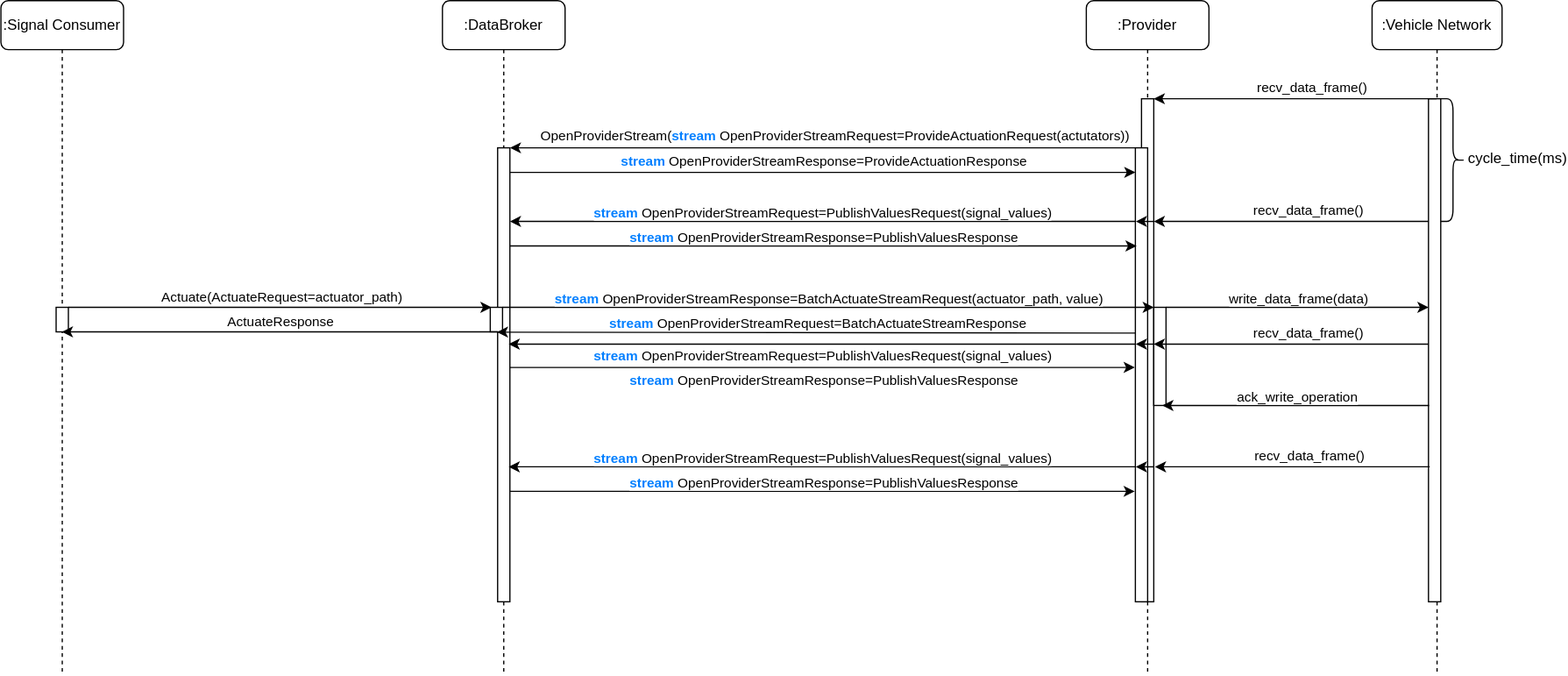
Earlier version of the draw.io export doc/diagrams/consumer_actuate.svg (eclipse-kuksa/kuksa-databroker). Source tidied: cells renumbered, new cells last; positions are measured from the earlier drawing's top-left corner, leaving out a move shared by most shapes.
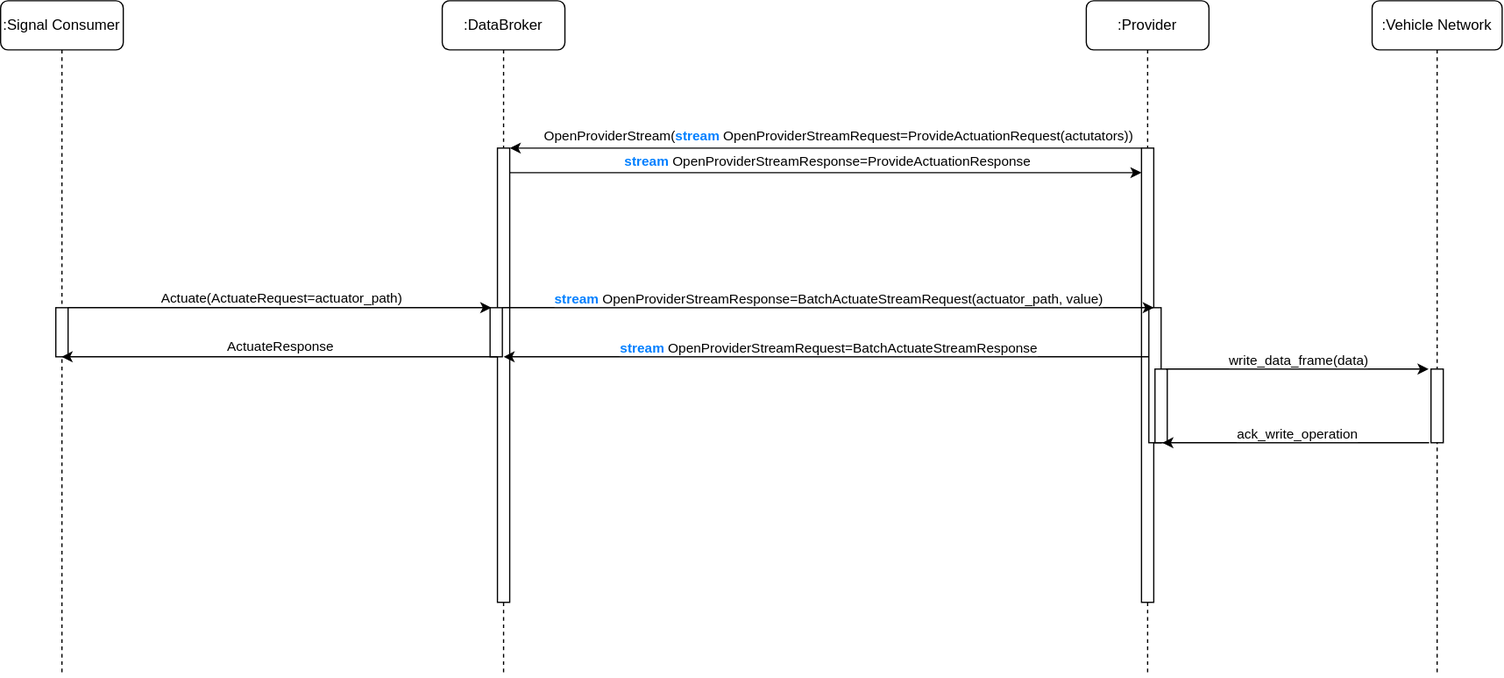
Later version of the same file.

Diff of the diagram source:
```diff
@@ -9,36 +9,36 @@
       <mxGeometry x="45" y="120" width="10" height="370" as="geometry" />
     </mxCell>
     <mxCell id="4" style="html=1;points=[[0,0,0,0,5],[0,1,0,0,-5],[1,0,0,0,5],[1,1,0,0,-5]];perimeter=orthogonalPerimeter;outlineConnect=0;targetShapes=umlLifeline;portConstraint=eastwest;newEdgeStyle={&quot;curved&quot;:0,&quot;rounded&quot;:0};" parent="2" vertex="1">
-      <mxGeometry x="39" y="250" width="10" height="20" as="geometry" />
+      <mxGeometry x="39" y="250" width="10" height="40" as="geometry" />
     </mxCell>
     <mxCell id="5" value=":Signal Consumer" style="shape=umlLifeline;perimeter=lifelinePerimeter;whiteSpace=wrap;html=1;rounded=1;" parent="1" vertex="1">
       <mxGeometry width="100" height="550" as="geometry" />
     </mxCell>
     <mxCell id="6" style="html=1;perimeter=orthogonalPerimeter;targetShapes=umlLifeline;newEdgeStyle={&quot;curved&quot;:0,&quot;rounded&quot;:0};" parent="5" vertex="1">
-      <mxGeometry x="45" y="250" width="10" height="20" as="geometry" />
+      <mxGeometry x="45" y="250" width="10" height="40" as="geometry" />
     </mxCell>
     <mxCell id="7" value=":Provider" style="shape=umlLifeline;perimeter=lifelinePerimeter;whiteSpace=wrap;html=1;rounded=1;" parent="1" vertex="1">
       <mxGeometry x="885" width="100" height="550" as="geometry" />
     </mxCell>
-    <mxCell id="8" style="html=1;perimeter=orthogonalPerimeter;targetShapes=umlLifeline;newEdgeStyle={&quot;curved&quot;:0,&quot;rounded&quot;:0};" parent="7" vertex="1">
-      <mxGeometry x="45" y="80" width="10" height="410" as="geometry" />
-    </mxCell>
     <mxCell id="9" style="html=1;points=[[0,0,0,0,5],[0,1,0,0,-5],[1,0,0,0,5],[1,1,0,0,-5]];perimeter=orthogonalPerimeter;outlineConnect=0;targetShapes=umlLifeline;portConstraint=eastwest;newEdgeStyle={&quot;curved&quot;:0,&quot;rounded&quot;:0};" parent="7" vertex="1">
-      <mxGeometry x="40" y="120" width="10" height="370" as="geometry" />
+      <mxGeometry x="45" y="120" width="10" height="370" as="geometry" />
     </mxCell>
     <mxCell id="10" style="html=1;points=[[0,0,0,0,5],[0,1,0,0,-5],[1,0,0,0,5],[1,1,0,0,-5]];perimeter=orthogonalPerimeter;outlineConnect=0;targetShapes=umlLifeline;portConstraint=eastwest;newEdgeStyle={&quot;curved&quot;:0,&quot;rounded&quot;:0};" parent="7" vertex="1">
-      <mxGeometry x="55" y="250" width="10" height="80" as="geometry" />
+      <mxGeometry x="51" y="250" width="10" height="110" as="geometry" />
     </mxCell>
+    <mxCell id="54" style="html=1;perimeter=orthogonalPerimeter;targetShapes=umlLifeline;newEdgeStyle={&quot;curved&quot;:0,&quot;rounded&quot;:0};" parent="7" vertex="1">
+      <mxGeometry x="56" y="300" width="10" height="60" as="geometry" />
+    </mxCell>
     <mxCell id="11" value=":Vehicle Network" style="shape=umlLifeline;perimeter=lifelinePerimeter;whiteSpace=wrap;html=1;outlineConnect=0;rounded=1;" parent="1" vertex="1">
       <mxGeometry x="1118" width="106" height="550" as="geometry" />
     </mxCell>
-    <mxCell id="12" style="html=1;points=[[0,0,0,0,5],[0,1,0,0,-5],[1,0,0,0,5],[1,1,0,0,-5]];perimeter=orthogonalPerimeter;outlineConnect=0;targetShapes=umlLifeline;portConstraint=eastwest;newEdgeStyle={&quot;curved&quot;:0,&quot;rounded&quot;:0};" parent="11" vertex="1">
-      <mxGeometry x="46" y="80" width="10" height="410" as="geometry" />
-    </mxCell>
+    <mxCell id="55" style="html=1;perimeter=orthogonalPerimeter;targetShapes=umlLifeline;newEdgeStyle={&quot;curved&quot;:0,&quot;rounded&quot;:0};" parent="11" vertex="1">
+      <mxGeometry x="48" y="300" width="10" height="60" as="geometry" />
+    </mxCell>
     <mxCell id="13" style="endArrow=classic;html=1;rounded=0;" parent="1" edge="1">
       <mxGeometry relative="1" as="geometry">
-        <mxPoint x="405" y="270" as="sourcePoint" />
-        <mxPoint x="49.7" y="270" as="targetPoint" />
+        <mxPoint x="405" y="290" as="sourcePoint" />
+        <mxPoint x="49.7" y="290" as="targetPoint" />
       </mxGeometry>
     </mxCell>
     <mxCell id="14" value="ActuateResponse" style="edgeLabel;html=1;align=center;verticalAlign=middle;" parent="13" vertex="1">
@@ -57,9 +57,8 @@
         <mxPoint y="-9" as="offset" />
       </mxGeometry>
     </mxCell>
-    <mxCell id="17" style="endArrow=classic;html=1;rounded=0;" parent="1" edge="1">
+    <mxCell id="17" style="endArrow=classic;html=1;rounded=0;" parent="1" edge="1" source="9">
       <mxGeometry relative="1" as="geometry">
-        <mxPoint x="925" y="120" as="sourcePoint" />
         <mxPoint x="415" y="120" as="targetPoint" />
       </mxGeometry>
     </mxCell>
@@ -68,10 +67,9 @@
         <mxPoint x="10" y="-11" as="offset" />
       </mxGeometry>
     </mxCell>
-    <mxCell id="19" style="endArrow=classic;html=1;rounded=0;" parent="1" edge="1">
+    <mxCell id="19" style="endArrow=classic;html=1;rounded=0;" parent="1" edge="1" target="9">
       <mxGeometry relative="1" as="geometry">
         <mxPoint x="415" y="140" as="sourcePoint" />
-        <mxPoint x="925" y="140" as="targetPoint" />
       </mxGeometry>
     </mxCell>
     <mxCell id="20" value="&lt;b&gt;&lt;font color=&quot;#007fff&quot;&gt;stream&lt;/font&gt;&lt;/b&gt;&amp;nbsp;OpenProviderStreamResponse=ProvideActuationResponse" style="edgeLabel;html=1;align=center;verticalAlign=middle;" parent="19" vertex="1">
@@ -79,42 +77,9 @@
         <mxPoint y="-10" as="offset" />
       </mxGeometry>
     </mxCell>
-    <mxCell id="21" style="endArrow=classic;html=1;rounded=0;" parent="1" edge="1">
-      <mxGeometry relative="1" as="geometry">
-        <mxPoint x="925" y="180" as="sourcePoint" />
-        <mxPoint x="415" y="180" as="targetPoint" />
-      </mxGeometry>
-    </mxCell>
-    <mxCell id="22" value="&lt;b&gt;&lt;font color=&quot;#007fff&quot;&gt;stream&lt;/font&gt;&lt;/b&gt;&amp;nbsp;OpenProviderStreamRequest=PublishValuesRequest(signal_values)" style="edgeLabel;html=1;align=center;verticalAlign=middle;" parent="21" vertex="1">
-      <mxGeometry relative="1" as="geometry">
-        <mxPoint y="-8" as="offset" />
-      </mxGeometry>
-    </mxCell>
-    <mxCell id="23" style="endArrow=classic;html=1;rounded=0;" parent="1" edge="1">
-      <mxGeometry relative="1" as="geometry">
-        <mxPoint x="415" y="200" as="sourcePoint" />
-        <mxPoint x="926" y="200" as="targetPoint" />
-      </mxGeometry>
-    </mxCell>
-    <mxCell id="24" value="&lt;b&gt;&lt;font color=&quot;#007fff&quot;&gt;stream&lt;/font&gt;&lt;/b&gt;&amp;nbsp;OpenProviderStreamResponse=PublishValuesResponse" style="edgeLabel;html=1;align=center;verticalAlign=middle;" parent="23" vertex="1">
-      <mxGeometry relative="1" as="geometry">
-        <mxPoint y="-8" as="offset" />
-      </mxGeometry>
-    </mxCell>
-    <mxCell id="25" style="endArrow=classic;html=1;rounded=0;" parent="1" edge="1" source="11">
-      <mxGeometry relative="1" as="geometry">
-        <mxPoint x="940" y="80" as="targetPoint" />
-      </mxGeometry>
-    </mxCell>
-    <mxCell id="26" value="recv_data_frame()" style="edgeLabel;html=1;align=center;verticalAlign=middle;" parent="25" vertex="1">
-      <mxGeometry relative="1" as="geometry">
-        <mxPoint x="13" y="-10" as="offset" />
-      </mxGeometry>
-    </mxCell>
-    <mxCell id="27" style="endArrow=classic;html=1;rounded=0;entryX=-0.154;entryY=0.406;entryDx=0;entryDy=0;entryPerimeter=0;" parent="1" edge="1">
+    <mxCell id="27" style="endArrow=classic;html=1;rounded=0;" parent="1" edge="1" source="10">
       <mxGeometry relative="1" as="geometry">
-        <mxPoint x="925" y="271" as="sourcePoint" />
-        <mxPoint x="404.5" y="270.2" as="targetPoint" />
+        <mxPoint x="410" y="290" as="targetPoint" />
       </mxGeometry>
     </mxCell>
     <mxCell id="28" value="&lt;b&gt;&lt;font color=&quot;#007fff&quot;&gt;stream&lt;/font&gt;&lt;/b&gt;&amp;nbsp;OpenProviderStreamRequest=BatchActuateStreamResponse" style="edgeLabel;html=1;align=center;verticalAlign=middle;" parent="27" vertex="1">
@@ -132,31 +97,10 @@
         <mxPoint y="-8" as="offset" />
       </mxGeometry>
     </mxCell>
-    <mxCell id="31" style="endArrow=classic;html=1;rounded=0;" parent="1" edge="1">
-      <mxGeometry relative="1" as="geometry">
-        <mxPoint x="925" y="380" as="sourcePoint" />
-        <mxPoint x="414" y="380" as="targetPoint" />
-      </mxGeometry>
-    </mxCell>
-    <mxCell id="32" value="&lt;b&gt;&lt;font color=&quot;#007fff&quot;&gt;stream&lt;/font&gt;&lt;/b&gt;&amp;nbsp;OpenProviderStreamRequest=PublishValuesRequest(signal_values)" style="edgeLabel;html=1;align=center;verticalAlign=middle;" parent="31" vertex="1">
-      <mxGeometry relative="1" as="geometry">
-        <mxPoint y="-8" as="offset" />
-      </mxGeometry>
-    </mxCell>
-    <mxCell id="33" style="endArrow=classic;html=1;rounded=0;" parent="1" edge="1">
-      <mxGeometry relative="1" as="geometry">
-        <mxPoint x="415" y="400" as="sourcePoint" />
-        <mxPoint x="924.5" y="400" as="targetPoint" />
-      </mxGeometry>
-    </mxCell>
-    <mxCell id="34" value="&lt;b&gt;&lt;font color=&quot;#007fff&quot;&gt;stream&lt;/font&gt;&lt;/b&gt;&amp;nbsp;OpenProviderStreamResponse=PublishValuesResponse" style="edgeLabel;html=1;align=center;verticalAlign=middle;" parent="33" vertex="1">
-      <mxGeometry relative="1" as="geometry">
-        <mxPoint y="-8" as="offset" />
-      </mxGeometry>
-    </mxCell>
-    <mxCell id="35" style="endArrow=classic;html=1;rounded=0;" parent="1" edge="1" target="12">
+    <mxCell id="35" style="endArrow=classic;html=1;rounded=0;" parent="1" edge="1">
       <mxGeometry relative="1" as="geometry">
-        <mxPoint x="950" y="250" as="sourcePoint" />
+        <mxPoint x="950" y="300" as="sourcePoint" />
+        <mxPoint x="1164" y="300" as="targetPoint" />
       </mxGeometry>
     </mxCell>
     <mxCell id="36" value="write_data_frame(data)" style="edgeLabel;html=1;align=center;verticalAlign=middle;" parent="35" vertex="1">
@@ -166,8 +110,8 @@
     </mxCell>
     <mxCell id="37" style="endArrow=classic;html=1;rounded=0;" parent="1" edge="1">
       <mxGeometry relative="1" as="geometry">
-        <mxPoint x="1164.5" y="330" as="sourcePoint" />
-        <mxPoint x="947" y="330" as="targetPoint" />
+        <mxPoint x="1164.5" y="360" as="sourcePoint" />
+        <mxPoint x="947" y="360" as="targetPoint" />
       </mxGeometry>
     </mxCell>
     <mxCell id="38" value="ack_write_operation" style="edgeLabel;html=1;align=center;verticalAlign=middle;" parent="37" vertex="1">
@@ -175,83 +119,5 @@
         <mxPoint y="-8" as="offset" />
       </mxGeometry>
     </mxCell>
-    <mxCell id="39" style="endArrow=classic;html=1;rounded=0;" parent="1" edge="1" source="12">
-      <mxGeometry relative="1" as="geometry">
-        <mxPoint x="940" y="180" as="targetPoint" />
-      </mxGeometry>
-    </mxCell>
-    <mxCell id="40" value="recv_data_frame()" style="edgeLabel;html=1;align=center;verticalAlign=middle;" parent="39" vertex="1">
-      <mxGeometry relative="1" as="geometry">
-        <mxPoint x="13" y="-10" as="offset" />
-      </mxGeometry>
-    </mxCell>
-    <mxCell id="41" style="endArrow=classic;html=1;rounded=0;" parent="1" edge="1">
-      <mxGeometry relative="1" as="geometry">
-        <mxPoint x="1164" y="280" as="sourcePoint" />
-        <mxPoint x="940" y="280" as="targetPoint" />
-      </mxGeometry>
-    </mxCell>
-    <mxCell id="42" value="recv_data_frame()" style="edgeLabel;html=1;align=center;verticalAlign=middle;" parent="41" vertex="1">
-      <mxGeometry relative="1" as="geometry">
-        <mxPoint x="13" y="-10" as="offset" />
-      </mxGeometry>
-    </mxCell>
-    <mxCell id="43" style="endArrow=classic;html=1;rounded=0;" parent="1" edge="1">
-      <mxGeometry relative="1" as="geometry">
-        <mxPoint x="1165" y="380" as="sourcePoint" />
-        <mxPoint x="941" y="380" as="targetPoint" />
-      </mxGeometry>
-    </mxCell>
-    <mxCell id="44" value="recv_data_frame()" style="edgeLabel;html=1;align=center;verticalAlign=middle;" parent="43" vertex="1">
-      <mxGeometry relative="1" as="geometry">
-        <mxPoint x="13" y="-10" as="offset" />
-      </mxGeometry>
-    </mxCell>
-    <mxCell id="45" style="endArrow=classic;html=1;rounded=0;" parent="1" edge="1">
-      <mxGeometry relative="1" as="geometry">
-        <mxPoint x="925" y="280" as="sourcePoint" />
-        <mxPoint x="414" y="280" as="targetPoint" />
-      </mxGeometry>
-    </mxCell>
-    <mxCell id="46" value="&lt;b&gt;&lt;font color=&quot;#007fff&quot;&gt;stream&lt;/font&gt;&lt;/b&gt;&amp;nbsp;OpenProviderStreamRequest=PublishValuesRequest(signal_values)" style="edgeLabel;html=1;align=center;verticalAlign=middle;" parent="45" vertex="1">
-      <mxGeometry relative="1" as="geometry">
-        <mxPoint y="9" as="offset" />
-      </mxGeometry>
-    </mxCell>
-    <mxCell id="47" style="endArrow=classic;html=1;rounded=0;" parent="1" edge="1">
-      <mxGeometry relative="1" as="geometry">
-        <mxPoint x="940" y="180" as="sourcePoint" />
-        <mxPoint x="925.4" y="180" as="targetPoint" />
-      </mxGeometry>
-    </mxCell>
-    <mxCell id="48" style="endArrow=classic;html=1;rounded=0;" parent="1" edge="1">
-      <mxGeometry relative="1" as="geometry">
-        <mxPoint x="940" y="280" as="sourcePoint" />
-        <mxPoint x="925.4" y="280" as="targetPoint" />
-      </mxGeometry>
-    </mxCell>
-    <mxCell id="49" style="endArrow=classic;html=1;rounded=0;" parent="1" edge="1">
-      <mxGeometry relative="1" as="geometry">
-        <mxPoint x="940" y="380" as="sourcePoint" />
-        <mxPoint x="925.4" y="380" as="targetPoint" />
-      </mxGeometry>
-    </mxCell>
-    <mxCell id="50" value="cycle_time(ms)" style="text;html=1;align=center;verticalAlign=middle;whiteSpace=wrap;rounded=0;" parent="1" vertex="1">
-      <mxGeometry x="1207" y="114" width="60" height="30" as="geometry" />
-    </mxCell>
-    <mxCell id="51" style="endArrow=classic;html=1;rounded=0;" parent="1" edge="1">
-      <mxGeometry relative="1" as="geometry">
-        <mxPoint x="415" y="299" as="sourcePoint" />
-        <mxPoint x="924.5" y="299" as="targetPoint" />
-      </mxGeometry>
-    </mxCell>
-    <mxCell id="52" value="&lt;b&gt;&lt;font color=&quot;#007fff&quot;&gt;stream&lt;/font&gt;&lt;/b&gt;&amp;nbsp;OpenProviderStreamResponse=PublishValuesResponse" style="edgeLabel;html=1;align=center;verticalAlign=middle;" parent="51" vertex="1">
-      <mxGeometry relative="1" as="geometry">
-        <mxPoint y="10" as="offset" />
-      </mxGeometry>
-    </mxCell>
-    <mxCell id="53" style="shape=curlyBracket;whiteSpace=wrap;html=1;rounded=1;flipH=1;labelPosition=right;verticalLabelPosition=middle;align=left;verticalAlign=middle;" parent="1" vertex="1">
-      <mxGeometry x="1174" y="80" width="20" height="100" as="geometry" />
-    </mxCell>
   </root>
 </mxGraphModel>
```
